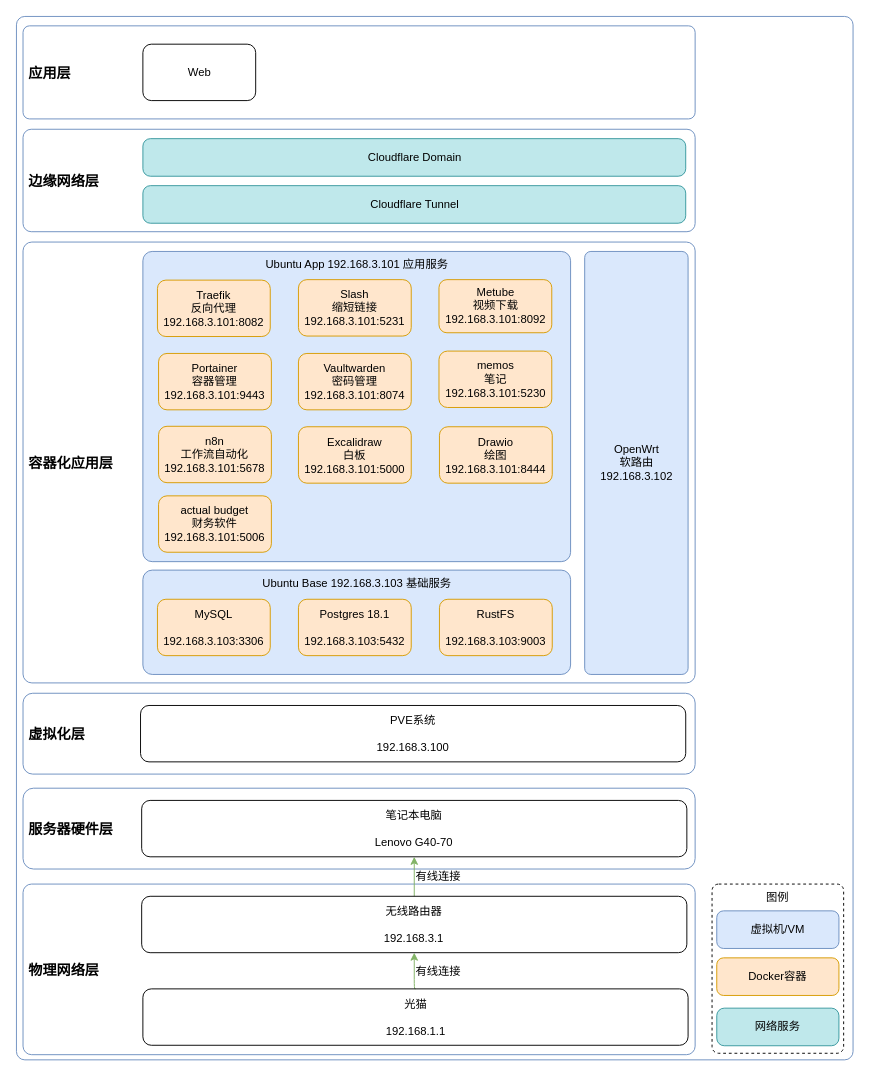
Earlier version of the draw.io diagram page "HomeLab-Arch-Deploy-Details" (77 of 78) of Moatkon.drawio (moatkon/moatkon). Source tidied: cells renumbered, new cells numbered last; positions are measured from the earlier drawing's top-left corner, leaving out a move shared by most shapes. Both pictures are drawn from the tidied source at 94%, with x=0, y=0 at pixel (16, 16).
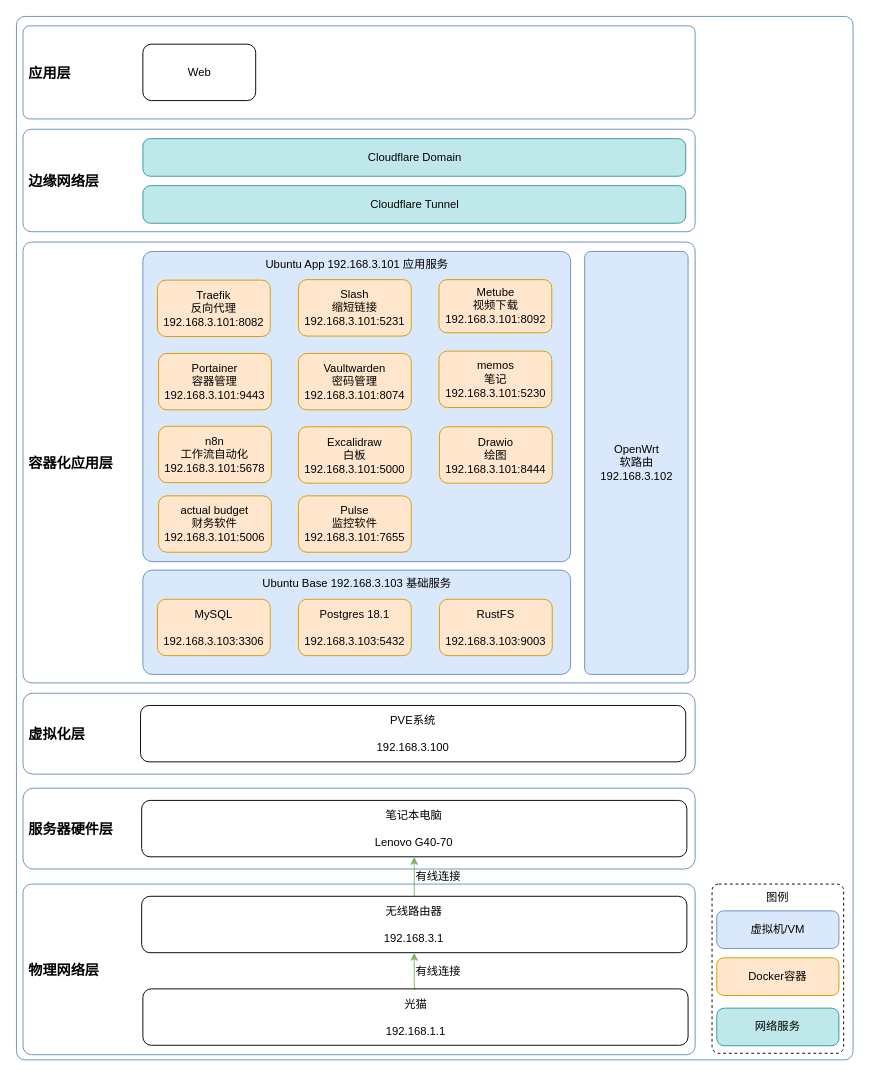
The same page after the edit.

Change to the diagram source:
```diff
@@
+    <mxCell id="40" value="Pulse&lt;br&gt;监控软件&lt;br&gt;192.168.3.101:7655" style="whiteSpace=wrap;html=1;fillColor=#ffe6cc;rounded=1;strokeColor=#d79b00;flipV=1;" parent="1" vertex="1">
+      <mxGeometry x="300" y="510" width="120" height="60" as="geometry" />
+    </mxCell>
```
